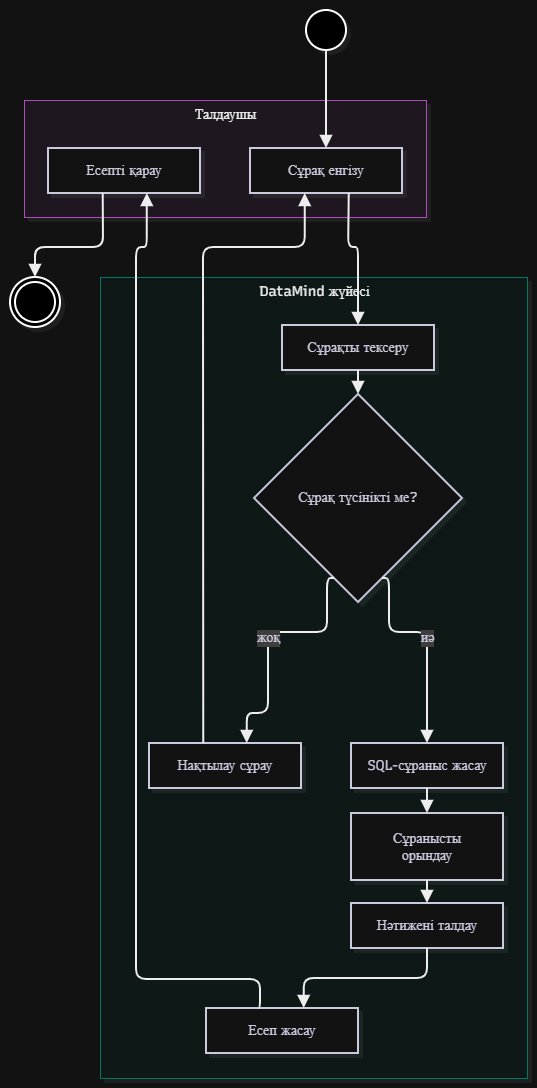
Above: docs/diagrams/03-activity.png in zkhalibekov/diploma-datamind (draw.io), before the change. Source tidied: cells renumbered, new cells last; positions are measured from the earlier drawing's top-left corner, leaving out a move shared by most shapes.
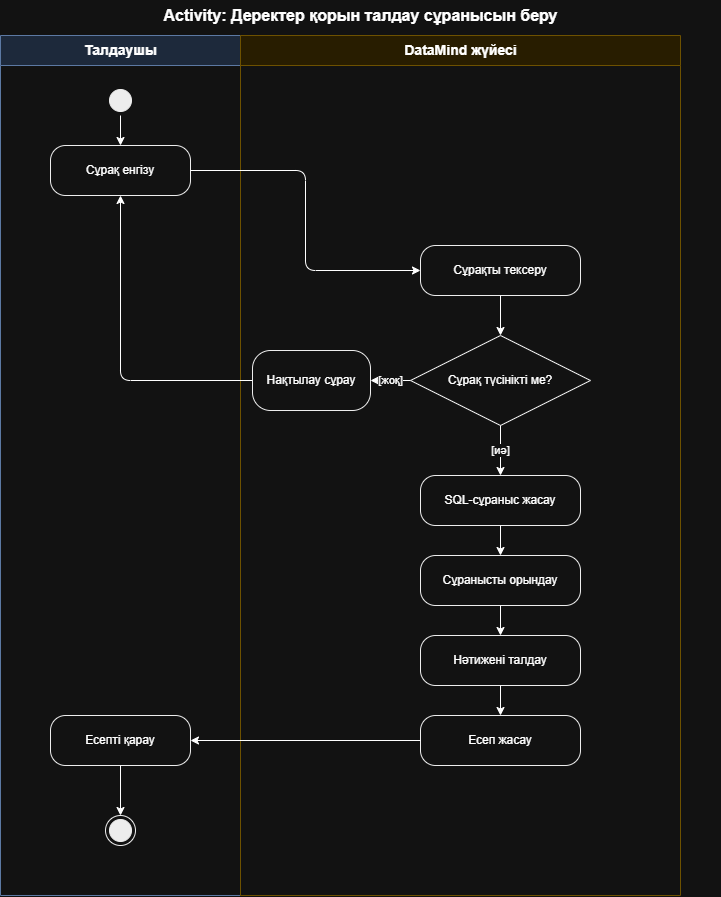
After the commit.

Commit message:
3жумыс: Activity диаграммасы

Diff of the diagram source:
```diff
@@ -2,126 +2,80 @@
   <root>
     <mxCell id="0" />
     <mxCell id="1" parent="0" />
-    <mxCell id="2" style="group;transparentBounds=1;editIcon=1;lockedGroup=0;groupPadding=10;" parent="1" vertex="1">
-      <mxGeometry as="geometry" />
-    </mxCell>
+    <mxCell id="27" value="Activity: Деректер қорын талдау сұранысын беру" style="text;html=1;align=center;verticalAlign=middle;fontSize=16;fontStyle=1;" parent="1" vertex="1">
+      <mxGeometry x="40" y="5" width="720" height="30" as="geometry" />
+    </mxCell>
+    <mxCell id="17" value="Талдаушы" style="swimlane;horizontal=1;startSize=30;html=1;fillColor=#dae8fc;strokeColor=#6c8ebf;fontStyle=1;fontSize=14;" parent="1" vertex="1">
+      <mxGeometry x="40" y="40" width="240" height="860" as="geometry" />
+    </mxCell>
+    <mxCell id="28" style="ellipse;html=1;shape=startState;fillColor=#000000;strokeColor=#000000;" parent="17" vertex="1">
+      <mxGeometry x="105" y="50" width="30" height="30" as="geometry" />
+    </mxCell>
+    <mxCell id="18" value="Сұрақ енгізу" style="rounded=1;whiteSpace=wrap;html=1;arcSize=30;fillColor=#ffffff;strokeColor=#000000;" parent="17" vertex="1">
+      <mxGeometry x="50" y="110" width="140" height="50" as="geometry" />
+    </mxCell>
+    <mxCell id="19" value="Есепті қарау" style="rounded=1;whiteSpace=wrap;html=1;arcSize=30;fillColor=#ffffff;strokeColor=#000000;" parent="17" vertex="1">
+      <mxGeometry x="50" y="680" width="140" height="50" as="geometry" />
+    </mxCell>
+    <mxCell id="29" style="ellipse;html=1;shape=endState;fillColor=#000000;strokeColor=#000000;" parent="17" vertex="1">
+      <mxGeometry x="105" y="780" width="30" height="30" as="geometry" />
+    </mxCell>
+    <mxCell id="30" style="edgeStyle=orthogonalEdgeStyle;html=1;endArrow=classic;exitX=0.5;exitY=1;entryX=0.5;entryY=0;" parent="17" edge="1" source="28" target="18">
+      <mxGeometry relative="1" as="geometry" />
+    </mxCell>
+    <mxCell id="31" style="edgeStyle=orthogonalEdgeStyle;html=1;endArrow=classic;exitX=0.5;exitY=1;entryX=0.5;entryY=0;" parent="17" edge="1" source="19" target="29">
+      <mxGeometry relative="1" as="geometry" />
+    </mxCell>
-    <mxCell id="3" value="DataMind жүйесі" style="html=1;whiteSpace=nowrap;strokeWidth=1;verticalAlign=top;fillColor=#F0FDFA;strokeColor=#2DD4BF;fontColor=#000000;fontFamily=Recursive;fontSize=14;shadow=1;shadowColor=#000000;shadowOffsetX=4;shadowOffsetY=4;shadowBlur=0;shadowOpacity=6;fontSource=https%3A%2F%2Ffonts.googleapis.com%2Fcss%3Ffamily%3DRecursive;" parent="2" vertex="1">
-      <mxGeometry x="120" y="297" width="427" height="801" as="geometry" />
+    <mxCell id="3" value="DataMind жүйесі" style="swimlane;horizontal=1;startSize=30;html=1;fillColor=#fff2cc;strokeColor=#d6b656;fontStyle=1;fontSize=14;" parent="1" vertex="1">
+      <mxGeometry x="280" y="40" width="440" height="860" as="geometry" />
     </mxCell>
-    <mxCell id="4" value="Сұрақты тексеру" style="html=1;whiteSpace=wrap;strokeWidth=2;fillColor=#ffffff;strokeColor=#28253D;fontColor=#28253D;fontFamily=Recursive;fontSize=14;shadow=1;shadowColor=#000000;shadowOffsetX=4;shadowOffsetY=4;shadowBlur=0;shadowOpacity=6;fontSource=https%3A%2F%2Ffonts.googleapis.com%2Fcss%3Ffamily%3DRecursive;" parent="3" vertex="1">
-      <mxGeometry x="182" y="48" width="152" height="45" as="geometry" />
+    <mxCell id="4" value="Сұрақты тексеру" style="rounded=1;whiteSpace=wrap;html=1;arcSize=30;fillColor=#ffffff;strokeColor=#000000;" parent="3" vertex="1">
+      <mxGeometry x="180" y="210" width="160" height="50" as="geometry" />
     </mxCell>
-    <mxCell id="5" value="Сұрақ түсінікті ме?" style="rhombus;html=1;strokeWidth=2;whiteSpace=wrap;fillColor=#ffffff;strokeColor=#28253D;fontColor=#28253D;fontFamily=Recursive;fontSize=14;shadow=1;shadowColor=#000000;shadowOffsetX=4;shadowOffsetY=4;shadowBlur=0;shadowOpacity=6;fontSource=https%3A%2F%2Ffonts.googleapis.com%2Fcss%3Ffamily%3DRecursive;" parent="3" vertex="1">
-      <mxGeometry x="154" y="117" width="208" height="208" as="geometry" />
+    <mxCell id="5" value="Сұрақ түсінікті ме?" style="rhombus;whiteSpace=wrap;html=1;fillColor=#ffffff;strokeColor=#000000;" parent="3" vertex="1">
+      <mxGeometry x="170" y="300" width="180" height="90" as="geometry" />
     </mxCell>
-    <mxCell id="6" value="Нақтылау сұрау" style="html=1;whiteSpace=wrap;strokeWidth=2;fillColor=#ffffff;strokeColor=#28253D;fontColor=#28253D;fontFamily=Recursive;fontSize=14;shadow=1;shadowColor=#000000;shadowOffsetX=4;shadowOffsetY=4;shadowBlur=0;shadowOpacity=6;fontSource=https%3A%2F%2Ffonts.googleapis.com%2Fcss%3Ffamily%3DRecursive;" parent="3" vertex="1">
-      <mxGeometry x="49" y="466" width="152" height="45" as="geometry" />
+    <mxCell id="6" value="Нақтылау сұрау" style="rounded=1;whiteSpace=wrap;html=1;arcSize=30;fillColor=#ffffff;strokeColor=#000000;" parent="3" vertex="1">
+      <mxGeometry x="12" y="315" width="118" height="60" as="geometry" />
     </mxCell>
-    <mxCell id="7" value="SQL-сұраныс жасау" style="html=1;whiteSpace=wrap;strokeWidth=2;fillColor=#ffffff;strokeColor=#28253D;fontColor=#28253D;fontFamily=Recursive;fontSize=14;shadow=1;shadowColor=#000000;shadowOffsetX=4;shadowOffsetY=4;shadowBlur=0;shadowOpacity=6;fontSource=https%3A%2F%2Ffonts.googleapis.com%2Fcss%3Ffamily%3DRecursive;" parent="3" vertex="1">
-      <mxGeometry x="251" y="466" width="152" height="45" as="geometry" />
+    <mxCell id="7" value="SQL-сұраныс жасау" style="rounded=1;whiteSpace=wrap;html=1;arcSize=30;fillColor=#ffffff;strokeColor=#000000;" parent="3" vertex="1">
+      <mxGeometry x="180" y="440" width="160" height="50" as="geometry" />
     </mxCell>
-    <mxCell id="8" value="Сұранысты орындау" style="html=1;whiteSpace=wrap;strokeWidth=2;fillColor=#ffffff;strokeColor=#28253D;fontColor=#28253D;fontFamily=Recursive;fontSize=14;shadow=1;shadowColor=#000000;shadowOffsetX=4;shadowOffsetY=4;shadowBlur=0;shadowOpacity=6;labelWidth=120;fontSource=https%3A%2F%2Ffonts.googleapis.com%2Fcss%3Ffamily%3DRecursive;" parent="3" vertex="1">
-      <mxGeometry x="251" y="536" width="152" height="67" as="geometry" />
+    <mxCell id="8" value="Сұранысты орындау" style="rounded=1;whiteSpace=wrap;html=1;arcSize=30;fillColor=#ffffff;strokeColor=#000000;" parent="3" vertex="1">
+      <mxGeometry x="180" y="520" width="160" height="50" as="geometry" />
     </mxCell>
-    <mxCell id="9" value="Нәтижені талдау" style="html=1;whiteSpace=wrap;strokeWidth=2;fillColor=#ffffff;strokeColor=#28253D;fontColor=#28253D;fontFamily=Recursive;fontSize=14;shadow=1;shadowColor=#000000;shadowOffsetX=4;shadowOffsetY=4;shadowBlur=0;shadowOpacity=6;fontSource=https%3A%2F%2Ffonts.googleapis.com%2Fcss%3Ffamily%3DRecursive;" parent="3" vertex="1">
-      <mxGeometry x="251" y="626" width="152" height="45" as="geometry" />
+    <mxCell id="9" value="Нәтижені талдау" style="rounded=1;whiteSpace=wrap;html=1;arcSize=30;fillColor=#ffffff;strokeColor=#000000;" parent="3" vertex="1">
+      <mxGeometry x="180" y="600" width="160" height="50" as="geometry" />
     </mxCell>
-    <mxCell id="10" value="Есеп жасау" style="html=1;whiteSpace=wrap;strokeWidth=2;fillColor=#ffffff;strokeColor=#28253D;fontColor=#28253D;fontFamily=Recursive;fontSize=14;shadow=1;shadowColor=#000000;shadowOffsetX=4;shadowOffsetY=4;shadowBlur=0;shadowOpacity=6;fontSource=https%3A%2F%2Ffonts.googleapis.com%2Fcss%3Ffamily%3DRecursive;" parent="3" vertex="1">
-      <mxGeometry x="106" y="731" width="152" height="45" as="geometry" />
+    <mxCell id="10" value="Есеп жасау" style="rounded=1;whiteSpace=wrap;html=1;arcSize=30;fillColor=#ffffff;strokeColor=#000000;" parent="3" vertex="1">
+      <mxGeometry x="180" y="680" width="160" height="50" as="geometry" />
     </mxCell>
-    <mxCell id="11" style="edgeStyle=orthogonalEdgeStyle;rounded=1;curved=0;startArrow=none;endArrow=block;endSize=8;jumpStyle=arc;jumpSize=12;strokeColor=#000000;exitX=0.5;exitY=1;entryX=0.5;entryY=0;strokeWidth=2;targetPerimeterSpacing=4;" parent="3" edge="1" source="4" target="5">
+    <mxCell id="11" style="edgeStyle=orthogonalEdgeStyle;html=1;endArrow=classic;exitX=0.5;exitY=1;entryX=0.5;entryY=0;" parent="3" edge="1" source="4" target="5">
       <mxGeometry relative="1" as="geometry" />
     </mxCell>
+    <mxCell id="13" value="[иә]" style="edgeStyle=orthogonalEdgeStyle;html=1;endArrow=classic;exitX=0.5;exitY=1;entryX=0.5;entryY=0;" parent="3" edge="1" source="5" target="7">
+      <mxGeometry relative="1" as="geometry" />
+    </mxCell>
-    <mxCell id="12" value="жоқ" style="edgeStyle=orthogonalEdgeStyle;rounded=1;curved=0;startArrow=none;endArrow=block;endSize=8;jumpStyle=arc;jumpSize=12;strokeColor=#000000;html=1;fontSize=14;labelBackgroundColor=#cccccc;fontFamily=Recursive;fontColor=#28253D;exitX=0.35;exitY=1;entryX=0.64;entryY=0.01;strokeWidth=2;targetPerimeterSpacing=4;fontSource=https%3A%2F%2Ffonts.googleapis.com%2Fcss%3Ffamily%3DRecursive;" parent="3" edge="1" source="5" target="6">
-      <mxGeometry relative="1" as="geometry">
-        <Array as="points">
-          <mxPoint x="227" y="355" />
-          <mxPoint x="168" y="355" />
-          <mxPoint x="168" y="436" />
-          <mxPoint x="147" y="436" />
-        </Array>
-      </mxGeometry>
+    <mxCell id="12" value="[жоқ]" style="edgeStyle=orthogonalEdgeStyle;html=1;endArrow=classic;exitX=0;exitY=0.5;entryX=1;entryY=0.5;" parent="3" edge="1" source="5" target="6">
+      <mxGeometry relative="1" as="geometry" />
     </mxCell>
-    <mxCell id="13" value="иә" style="edgeStyle=orthogonalEdgeStyle;rounded=1;curved=0;startArrow=none;endArrow=block;endSize=8;jumpStyle=arc;jumpSize=12;strokeColor=#000000;html=1;fontSize=14;labelBackgroundColor=#cccccc;fontFamily=Recursive;fontColor=#28253D;exitX=0.65;exitY=1;entryX=0.5;entryY=0.01;strokeWidth=2;targetPerimeterSpacing=4;fontSource=https%3A%2F%2Ffonts.googleapis.com%2Fcss%3Ffamily%3DRecursive;" parent="3" edge="1" source="5" target="7">
-      <mxGeometry relative="1" as="geometry">
-        <Array as="points">
-          <mxPoint x="289" y="355" />
-          <mxPoint x="327" y="355" />
-        </Array>
-      </mxGeometry>
-    </mxCell>
-    <mxCell id="14" style="edgeStyle=orthogonalEdgeStyle;rounded=1;curved=0;startArrow=none;endArrow=block;endSize=8;jumpStyle=arc;jumpSize=12;strokeColor=#000000;exitX=0.5;exitY=1;entryX=0.5;entryY=0;strokeWidth=2;targetPerimeterSpacing=4;" parent="3" edge="1" source="7" target="8">
+    <mxCell id="14" style="edgeStyle=orthogonalEdgeStyle;html=1;endArrow=classic;" parent="3" edge="1" source="7" target="8">
       <mxGeometry relative="1" as="geometry" />
     </mxCell>
-    <mxCell id="15" style="edgeStyle=orthogonalEdgeStyle;rounded=1;curved=0;startArrow=none;endArrow=block;endSize=8;jumpStyle=arc;jumpSize=12;strokeColor=#000000;exitX=0.5;exitY=0.99;entryX=0.5;entryY=0;strokeWidth=2;targetPerimeterSpacing=4;" parent="3" edge="1" source="8" target="9">
+    <mxCell id="15" style="edgeStyle=orthogonalEdgeStyle;html=1;endArrow=classic;" parent="3" edge="1" source="8" target="9">
       <mxGeometry relative="1" as="geometry" />
     </mxCell>
-    <mxCell id="16" style="edgeStyle=orthogonalEdgeStyle;rounded=1;curved=0;startArrow=none;endArrow=block;endSize=8;jumpStyle=arc;jumpSize=12;strokeColor=#000000;exitX=0.5;exitY=1;entryX=0.64;entryY=0.01;strokeWidth=2;targetPerimeterSpacing=4;" parent="3" edge="1" source="9" target="10">
-      <mxGeometry relative="1" as="geometry">
-        <Array as="points">
-          <mxPoint x="327" y="701" />
-          <mxPoint x="203" y="701" />
-        </Array>
-      </mxGeometry>
+    <mxCell id="16" style="edgeStyle=orthogonalEdgeStyle;html=1;endArrow=classic;" parent="3" edge="1" source="9" target="10">
+      <mxGeometry relative="1" as="geometry" />
     </mxCell>
-    <mxCell id="17" value="Талдаушы" style="html=1;whiteSpace=nowrap;strokeWidth=1;verticalAlign=top;fillColor=#FDF4FF;strokeColor=#E879F9;fontColor=#000000;fontFamily=Recursive;fontSize=14;shadow=1;shadowColor=#000000;shadowOffsetX=4;shadowOffsetY=4;shadowBlur=0;shadowOpacity=6;fontSource=https%3A%2F%2Ffonts.googleapis.com%2Fcss%3Ffamily%3DRecursive;" parent="2" vertex="1">
-      <mxGeometry x="44" y="120" width="402" height="117" as="geometry" />
-    </mxCell>
-    <mxCell id="18" value="Сұрақ енгізу" style="html=1;whiteSpace=wrap;strokeWidth=2;fillColor=#ffffff;strokeColor=#28253D;fontColor=#28253D;fontFamily=Recursive;fontSize=14;shadow=1;shadowColor=#000000;shadowOffsetX=4;shadowOffsetY=4;shadowBlur=0;shadowOpacity=6;fontSource=https%3A%2F%2Ffonts.googleapis.com%2Fcss%3Ffamily%3DRecursive;" parent="17" vertex="1">
-      <mxGeometry x="226" y="48" width="152" height="45" as="geometry" />
-    </mxCell>
-    <mxCell id="19" value="Есепті қарау" style="html=1;whiteSpace=wrap;strokeWidth=2;fillColor=#ffffff;strokeColor=#28253D;fontColor=#28253D;fontFamily=Recursive;fontSize=14;shadow=1;shadowColor=#000000;shadowOffsetX=4;shadowOffsetY=4;shadowBlur=0;shadowOpacity=6;fontSource=https%3A%2F%2Ffonts.googleapis.com%2Fcss%3Ffamily%3DRecursive;" parent="17" vertex="1">
-      <mxGeometry x="24" y="48" width="152" height="45" as="geometry" />
-    </mxCell>
-    <mxCell id="20" style="ellipse;html=1;strokeWidth=2;whiteSpace=wrap;fillColor=#000;strokeColor=default;fontColor=#28253D;fontFamily=Recursive;fontSize=14;shadow=1;shadowColor=#000000;shadowOffsetX=4;shadowOffsetY=4;shadowBlur=0;shadowOpacity=6;fontSource=https%3A%2F%2Ffonts.googleapis.com%2Fcss%3Ffamily%3DRecursive;" parent="2" vertex="1">
-      <mxGeometry x="326" y="30" width="40" height="40" as="geometry" />
-    </mxCell>
-    <mxCell id="21" style="ellipse;html=1;shape=doubleEllipse;strokeWidth=2;whiteSpace=wrap;fillColor=#000;strokeColor=default;fontColor=#28253D;fontFamily=Recursive;fontSize=14;shadow=1;shadowColor=#000000;shadowOffsetX=4;shadowOffsetY=4;shadowBlur=0;shadowOpacity=6;fontSource=https%3A%2F%2Ffonts.googleapis.com%2Fcss%3Ffamily%3DRecursive;" parent="2" vertex="1">
-      <mxGeometry x="30" y="297" width="50" height="50" as="geometry" />
-    </mxCell>
-    <mxCell id="22" style="edgeStyle=orthogonalEdgeStyle;rounded=1;curved=0;startArrow=none;endArrow=block;endSize=8;jumpStyle=arc;jumpSize=12;strokeColor=#000000;exitX=0.51;exitY=1;entryX=0.5;entryY=0;strokeWidth=2;targetPerimeterSpacing=4;" parent="2" edge="1" source="20" target="18">
-      <mxGeometry relative="1" as="geometry" />
-    </mxCell>
-    <mxCell id="23" style="edgeStyle=orthogonalEdgeStyle;rounded=1;curved=0;startArrow=none;endArrow=block;endSize=8;jumpStyle=arc;jumpSize=12;strokeColor=#000000;exitX=0.65;exitY=1;entryX=0.5;entryY=0.01;strokeWidth=2;targetPerimeterSpacing=4;" parent="2" edge="1" source="18" target="4">
-      <mxGeometry relative="1" as="geometry">
-        <Array as="points">
-          <mxPoint x="368" y="247" />
-          <mxPoint x="368" y="267" />
-          <mxPoint x="378" y="267" />
-          <mxPoint x="378" y="287" />
-        </Array>
-      </mxGeometry>
+    <mxCell id="23" style="edgeStyle=orthogonalEdgeStyle;html=1;endArrow=classic;exitX=1;exitY=0.5;entryX=0;entryY=0.5;" parent="1" edge="1" source="18" target="4">
+      <mxGeometry relative="1" as="geometry" />
     </mxCell>
-    <mxCell id="24" style="edgeStyle=orthogonalEdgeStyle;rounded=1;curved=0;startArrow=none;endArrow=block;endSize=8;jumpStyle=arc;jumpSize=12;strokeColor=#000000;exitX=0.36;exitY=0.01;entryX=0.36;entryY=1;strokeWidth=2;targetPerimeterSpacing=4;" parent="2" edge="1" source="6" target="18">
-      <mxGeometry relative="1" as="geometry">
-        <Array as="points">
-          <mxPoint x="223" y="287" />
-          <mxPoint x="223" y="267" />
-          <mxPoint x="325" y="267" />
-          <mxPoint x="325" y="247" />
-        </Array>
-      </mxGeometry>
+    <mxCell id="24" style="edgeStyle=orthogonalEdgeStyle;html=1;endArrow=classic;exitX=0;exitY=0.5;entryX=0.5;entryY=1;" parent="1" edge="1" source="6" target="18">
+      <mxGeometry relative="1" as="geometry" />
     </mxCell>
-    <mxCell id="25" style="edgeStyle=orthogonalEdgeStyle;rounded=1;curved=0;startArrow=none;endArrow=block;endSize=8;jumpStyle=arc;jumpSize=12;strokeColor=#000000;exitX=0.35;exitY=0.01;entryX=0.65;entryY=1;strokeWidth=2;targetPerimeterSpacing=4;" parent="2" edge="1" source="10" target="19">
-      <mxGeometry relative="1" as="geometry">
-        <Array as="points">
-          <mxPoint x="280" y="999" />
-          <mxPoint x="156" y="999" />
-          <mxPoint x="156" y="287" />
-          <mxPoint x="156" y="267" />
-          <mxPoint x="166" y="267" />
-          <mxPoint x="166" y="247" />
-        </Array>
-      </mxGeometry>
+    <mxCell id="25" style="edgeStyle=orthogonalEdgeStyle;html=1;endArrow=classic;exitX=0;exitY=0.5;entryX=1;entryY=0.5;" parent="1" edge="1" source="10" target="19">
+      <mxGeometry relative="1" as="geometry" />
     </mxCell>
-    <mxCell id="26" style="edgeStyle=orthogonalEdgeStyle;rounded=1;curved=0;startArrow=none;endArrow=block;endSize=8;jumpStyle=arc;jumpSize=12;strokeColor=#000000;exitX=0.36;exitY=1;entryX=0.5;entryY=0.01;strokeWidth=2;targetPerimeterSpacing=4;" parent="2" edge="1" source="19" target="21">
-      <mxGeometry relative="1" as="geometry">
-        <Array as="points">
-          <mxPoint x="123" y="247" />
-          <mxPoint x="123" y="267" />
-          <mxPoint x="55" y="267" />
-        </Array>
-      </mxGeometry>
-    </mxCell>
   </root>
 </mxGraphModel>
```
